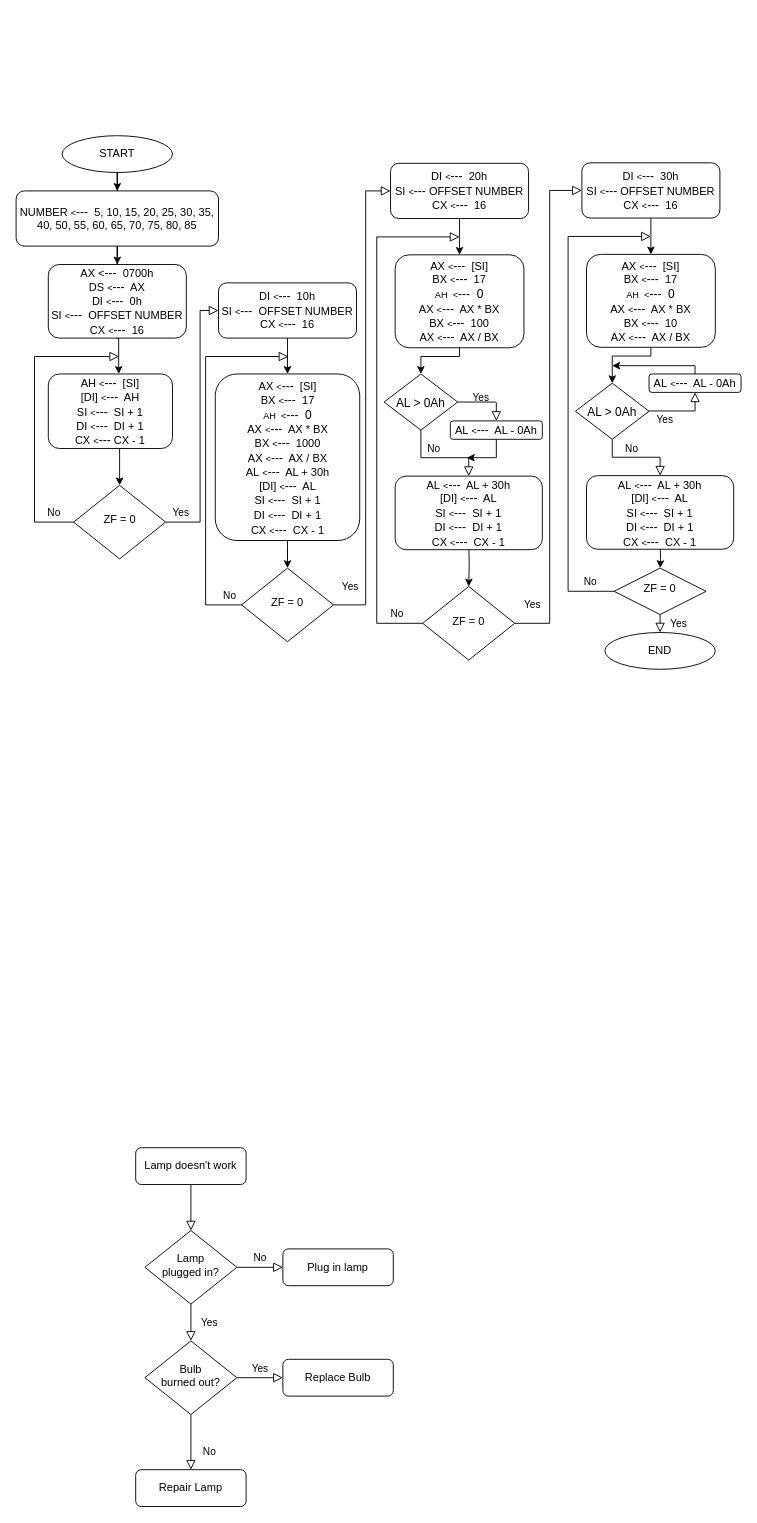
Before: micro_mt2_1.drawio in mmuurraatt/My-Projects-On-Github, a draw.io diagram. Source tidied: cells renumbered, new cells numbered last; positions are measured from the earlier drawing's top-left corner, leaving out a move shared by most shapes. Both pictures are drawn from the tidied source at 92%, with x=0, y=0 at pixel (16, 135).
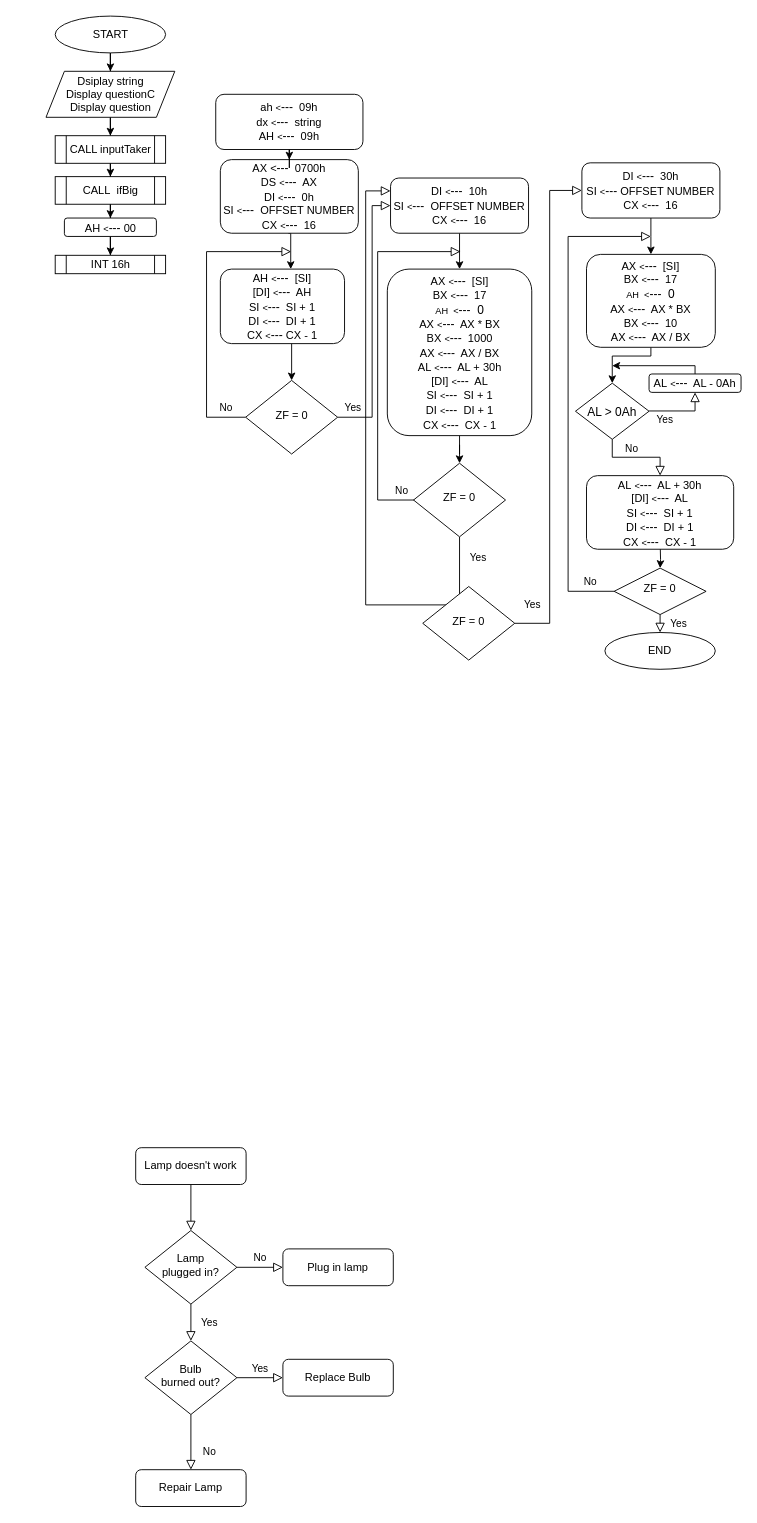
After the change.

Unchanged cells that the change refers to:
```xml
<mxCell id="37" value="ZF = 0" style="rhombus;whiteSpace=wrap;html=1;shadow=0;fontFamily=Helvetica;fontSize=12;align=center;strokeWidth=1;spacing=6;spacingTop=-4;" parent="1" vertex="1">
  <mxGeometry x="442" y="490" width="100" height="80" as="geometry" />
</mxCell>
```

Diff of the diagram source:
```diff
@@
     <mxCell id="13" style="edgeStyle=orthogonalEdgeStyle;rounded=0;orthogonalLoop=1;jettySize=auto;html=1;fontSize=12;" parent="1" edge="1">
       <mxGeometry relative="1" as="geometry">
-        <mxPoint x="109" y="220" as="sourcePoint" />
-        <mxPoint x="111.5" y="259" as="targetPoint" />
+        <mxPoint x="296" y="106" as="sourcePoint" />
+        <mxPoint x="298.5" y="145" as="targetPoint" />
       </mxGeometry>
     </mxCell>
     <mxCell id="14" value="AX &lt;font&gt;&lt;font style=&quot;font-size: 12px&quot;&gt;&amp;lt;&lt;/font&gt;&lt;span style=&quot;font-size: 13px&quot;&gt;---&lt;/span&gt;&lt;/font&gt;&amp;nbsp; 0700h&lt;br&gt;DS&amp;nbsp;&lt;font style=&quot;font-size: 10px&quot;&gt;&amp;lt;&lt;/font&gt;&lt;font style=&quot;font-size: 13px&quot;&gt;---&lt;/font&gt;&amp;nbsp; AX&lt;br&gt;DI&amp;nbsp;&lt;font style=&quot;font-size: 10px&quot;&gt;&amp;lt;&lt;/font&gt;&lt;font style=&quot;font-size: 13px&quot;&gt;---&lt;/font&gt;&amp;nbsp; 0h&lt;br&gt;SI&amp;nbsp;&lt;font style=&quot;font-size: 10px&quot;&gt;&amp;lt;&lt;/font&gt;&lt;font style=&quot;font-size: 13px&quot;&gt;---&lt;/font&gt;&amp;nbsp; OFFSET NUMBER&lt;br&gt;CX&amp;nbsp;&lt;font style=&quot;font-size: 10px&quot;&gt;&amp;lt;&lt;/font&gt;&lt;font style=&quot;font-size: 13px&quot;&gt;---&lt;/font&gt;&amp;nbsp; 16" style="rounded=1;whiteSpace=wrap;html=1;fontSize=12;glass=0;strokeWidth=1;shadow=0;" parent="1" vertex="1">
-      <mxGeometry x="35" y="140" width="150" height="80" as="geometry" />
+      <mxGeometry x="222" y="26" width="150" height="80" as="geometry" />
     </mxCell>
     <mxCell id="15" value="Yes" style="rounded=0;html=1;jettySize=auto;fontSize=11;endArrow=block;endFill=0;endSize=8;strokeWidth=1;shadow=0;labelBackgroundColor=none;edgeStyle=orthogonalEdgeStyle;entryX=0;entryY=0.5;entryDx=0;entryDy=0;" parent="1" edge="1" source="17" target="27">
       <mxGeometry x="-0.89" y="10" relative="1" as="geometry">
         <Array as="points">
-          <mxPoint x="200" y="420" />
-          <mxPoint x="200" y="190" />
+          <mxPoint x="387" y="306" />
+          <mxPoint x="387" y="76" />
         </Array>
       </mxGeometry>
     </mxCell>
     <mxCell id="16" value="No" style="edgeStyle=orthogonalEdgeStyle;rounded=0;html=1;jettySize=auto;fontSize=11;endArrow=block;endFill=0;endSize=8;strokeWidth=1;shadow=0;labelBackgroundColor=none;exitX=0;exitY=0.5;exitDx=0;exitDy=0;" parent="1" edge="1" source="17">
       <mxGeometry x="-0.86" y="-10" relative="1" as="geometry">
-        <mxPoint x="112" y="240" as="targetPoint" />
+        <mxPoint x="299" y="126" as="targetPoint" />
         <Array as="points">
-          <mxPoint x="20" y="420" />
-          <mxPoint x="20" y="240" />
+          <mxPoint x="207" y="306" />
+          <mxPoint x="207" y="126" />
         </Array>
       </mxGeometry>
     </mxCell>
     <mxCell id="17" value="ZF = 0" style="rhombus;whiteSpace=wrap;html=1;shadow=0;fontFamily=Helvetica;fontSize=12;align=center;strokeWidth=1;spacing=6;spacingTop=-4;" parent="1" vertex="1">
-      <mxGeometry x="62.5" y="380" width="100" height="80" as="geometry" />
+      <mxGeometry x="249.5" y="266" width="100" height="80" as="geometry" />
     </mxCell>
-    <mxCell id="18" style="edgeStyle=orthogonalEdgeStyle;rounded=0;jettySize=auto;html=1;entryX=0.5;entryY=0;entryDx=0;entryDy=0;" parent="1" edge="1" source="19" target="22">
-      <mxGeometry relative="1" as="geometry" />
-    </mxCell>
+    <mxCell id="64" style="edgeStyle=orthogonalEdgeStyle;rounded=0;jettySize=auto;html=1;" parent="1" edge="1" source="19" target="66">
+      <mxGeometry relative="1" as="geometry" />
+    </mxCell>
     <mxCell id="19" value="START" style="ellipse;whiteSpace=wrap;html=1;" parent="1" vertex="1">
-      <mxGeometry x="50" width="120" height="40" as="geometry" />
+      <mxGeometry x="42.5" y="-130" width="120" height="40" as="geometry" />
     </mxCell>
@@
-    <mxCell id="22" value="NUMBER&amp;nbsp;&lt;font style=&quot;font-size: 10px&quot;&gt;&amp;lt;&lt;/font&gt;&lt;font style=&quot;font-size: 13px&quot;&gt;---&lt;/font&gt;&amp;nbsp; 5, 10, 15, 20, 25, 30, 35, 40, 50, 55, 60, 65, 70, 75, 80, 85" style="rounded=1;whiteSpace=wrap;html=1;fontSize=12;glass=0;strokeWidth=1;shadow=0;" parent="1" vertex="1">
-      <mxGeometry y="60" width="220" height="60" as="geometry" />
+    <mxCell id="22" value="&lt;span&gt;ah&amp;nbsp;&lt;/span&gt;&lt;font style=&quot;font-size: 10px&quot;&gt;&amp;lt;&lt;/font&gt;&lt;font style=&quot;font-size: 13px&quot;&gt;---&lt;/font&gt;&lt;span&gt;&amp;nbsp; 09h&lt;/span&gt;&lt;br&gt;&lt;span&gt;dx&amp;nbsp;&lt;/span&gt;&lt;font style=&quot;font-size: 10px&quot;&gt;&amp;lt;&lt;/font&gt;&lt;font style=&quot;font-size: 13px&quot;&gt;---&lt;/font&gt;&lt;span&gt;&amp;nbsp; string&lt;/span&gt;&lt;br&gt;&lt;span&gt;AH&amp;nbsp;&lt;/span&gt;&lt;font style=&quot;font-size: 10px&quot;&gt;&amp;lt;&lt;/font&gt;&lt;font style=&quot;font-size: 13px&quot;&gt;---&lt;/font&gt;&lt;span&gt;&amp;nbsp; 09h&lt;/span&gt;" style="rounded=1;whiteSpace=wrap;html=1;fontSize=12;glass=0;strokeWidth=1;shadow=0;" parent="1" vertex="1">
+      <mxGeometry x="217" y="-45" width="160" height="60" as="geometry" />
     </mxCell>
     <mxCell id="23" style="edgeStyle=orthogonalEdgeStyle;rounded=0;jettySize=auto;html=1;fontSize=12;" parent="1" edge="1" source="24">
       <mxGeometry relative="1" as="geometry">
-        <mxPoint x="112.5" y="380" as="targetPoint" />
+        <mxPoint x="299.5" y="266" as="targetPoint" />
         <Array as="points">
-          <mxPoint x="110" y="340" />
-          <mxPoint x="110" y="340" />
+          <mxPoint x="297" y="226" />
+          <mxPoint x="297" y="226" />
         </Array>
       </mxGeometry>
     </mxCell>
     <mxCell id="24" value="AH&amp;nbsp;&lt;font style=&quot;font-size: 10px&quot;&gt;&amp;lt;&lt;/font&gt;&lt;font style=&quot;font-size: 13px&quot;&gt;---&lt;/font&gt;&amp;nbsp; [SI]&lt;br&gt;[DI]&amp;nbsp;&lt;font style=&quot;font-size: 10px&quot;&gt;&amp;lt;&lt;/font&gt;&lt;font style=&quot;font-size: 13px&quot;&gt;---&lt;/font&gt;&amp;nbsp; AH&lt;br&gt;SI&amp;nbsp;&lt;font style=&quot;font-size: 10px&quot;&gt;&amp;lt;&lt;/font&gt;&lt;font style=&quot;font-size: 13px&quot;&gt;---&lt;/font&gt;&amp;nbsp; SI + 1&lt;br&gt;DI&amp;nbsp;&lt;font style=&quot;font-size: 10px&quot;&gt;&amp;lt;&lt;/font&gt;&lt;font style=&quot;font-size: 13px&quot;&gt;---&lt;/font&gt;&amp;nbsp; DI + 1&lt;br&gt;CX&amp;nbsp;&lt;font style=&quot;font-size: 10px&quot;&gt;&amp;lt;&lt;/font&gt;&lt;font style=&quot;font-size: 13px&quot;&gt;---&lt;/font&gt;&amp;nbsp;CX - 1" style="rounded=1;whiteSpace=wrap;html=1;fontSize=12;glass=0;strokeWidth=1;shadow=0;" parent="1" vertex="1">
-      <mxGeometry x="35" y="259" width="135" height="81" as="geometry" />
+      <mxGeometry x="222" y="145" width="135" height="81" as="geometry" />
     </mxCell>
@@
     <mxCell id="27" value="DI&amp;nbsp;&lt;font style=&quot;font-size: 10px&quot;&gt;&amp;lt;&lt;/font&gt;&lt;font style=&quot;font-size: 13px&quot;&gt;---&lt;/font&gt;&amp;nbsp; 10h&lt;br&gt;SI&amp;nbsp;&lt;font style=&quot;font-size: 10px&quot;&gt;&amp;lt;&lt;/font&gt;&lt;font style=&quot;font-size: 13px&quot;&gt;---&lt;/font&gt;&amp;nbsp; OFFSET NUMBER&lt;br&gt;CX&amp;nbsp;&lt;font style=&quot;font-size: 10px&quot;&gt;&amp;lt;&lt;/font&gt;&lt;font style=&quot;font-size: 13px&quot;&gt;---&lt;/font&gt;&amp;nbsp; 16" style="rounded=1;whiteSpace=wrap;html=1;fontSize=12;glass=0;strokeWidth=1;shadow=0;" parent="1" vertex="1">
-      <mxGeometry x="220" y="160" width="150" height="60" as="geometry" />
+      <mxGeometry x="407" y="46" width="150" height="60" as="geometry" />
     </mxCell>
-    <mxCell id="28" value="Yes" style="rounded=0;html=1;jettySize=auto;fontSize=11;endArrow=block;endFill=0;endSize=8;strokeWidth=1;shadow=0;labelBackgroundColor=none;edgeStyle=orthogonalEdgeStyle;entryX=0;entryY=0.5;entryDx=0;entryDy=0;" parent="1" edge="1" source="30" target="35">
+    <mxCell id="28" value="Yes" style="rounded=0;html=1;jettySize=auto;fontSize=11;endArrow=block;endFill=0;endSize=8;strokeWidth=1;shadow=0;labelBackgroundColor=none;edgeStyle=orthogonalEdgeStyle;entryX=0;entryY=0.5;entryDx=0;entryDy=0;" parent="1" edge="1" source="30">
       <mxGeometry x="-0.93" y="20" relative="1" as="geometry">
+        <mxPoint x="407" y="60" as="targetPoint" />
         <Array as="points">
           <mxPoint x="380" y="510" />
           <mxPoint x="380" y="60" />
         </Array>
       </mxGeometry>
     </mxCell>
     <mxCell id="29" value="No" style="edgeStyle=orthogonalEdgeStyle;rounded=0;html=1;jettySize=auto;orthogonalLoop=1;fontSize=11;endArrow=block;endFill=0;endSize=8;strokeWidth=1;shadow=0;labelBackgroundColor=none;exitX=0;exitY=0.5;exitDx=0;exitDy=0;" parent="1" edge="1">
       <mxGeometry x="-0.9" y="-10" relative="1" as="geometry">
-        <mxPoint x="251.5" y="510" as="sourcePoint" />
-        <mxPoint x="296" y="240" as="targetPoint" />
+        <mxPoint x="438.5" y="396" as="sourcePoint" />
+        <mxPoint x="483" y="126" as="targetPoint" />
         <Array as="points">
-          <mxPoint x="206" y="510" />
-          <mxPoint x="206" y="240" />
+          <mxPoint x="393" y="396" />
+          <mxPoint x="393" y="126" />
         </Array>
       </mxGeometry>
     </mxCell>
     <mxCell id="30" value="ZF = 0" style="rhombus;whiteSpace=wrap;html=1;shadow=0;fontFamily=Helvetica;fontSize=12;align=center;strokeWidth=1;spacing=6;spacingTop=-4;" parent="1" vertex="1">
-      <mxGeometry x="245" y="470" width="100" height="80" as="geometry" />
+      <mxGeometry x="432" y="356" width="100" height="80" as="geometry" />
     </mxCell>
@@
     <mxCell id="33" value="AX&amp;nbsp;&lt;font style=&quot;font-size: 10px&quot;&gt;&amp;lt;&lt;/font&gt;&lt;font style=&quot;font-size: 13px&quot;&gt;---&lt;/font&gt;&amp;nbsp; [SI]&lt;br&gt;BX&amp;nbsp;&lt;font style=&quot;font-size: 10px&quot;&gt;&amp;lt;&lt;/font&gt;&lt;font style=&quot;font-size: 13px&quot;&gt;---&lt;/font&gt;&amp;nbsp; 17&lt;br&gt;&lt;font style=&quot;font-size: 10px&quot;&gt;AH&amp;nbsp; &amp;lt;&lt;/font&gt;&lt;font style=&quot;font-size: 13px&quot;&gt;---&amp;nbsp; 0&lt;/font&gt;&lt;br&gt;AX&amp;nbsp;&lt;font style=&quot;font-size: 10px&quot;&gt;&amp;lt;&lt;/font&gt;&lt;font style=&quot;font-size: 13px&quot;&gt;---&lt;/font&gt;&amp;nbsp; AX * BX&lt;br&gt;BX&amp;nbsp;&lt;font style=&quot;font-size: 10px&quot;&gt;&amp;lt;&lt;/font&gt;&lt;font style=&quot;font-size: 13px&quot;&gt;---&lt;/font&gt;&amp;nbsp; 1000&lt;br&gt;AX&amp;nbsp;&lt;font style=&quot;font-size: 10px&quot;&gt;&amp;lt;&lt;/font&gt;&lt;font style=&quot;font-size: 13px&quot;&gt;---&lt;/font&gt;&amp;nbsp; AX / BX&lt;br&gt;AL&amp;nbsp;&lt;font style=&quot;font-size: 10px&quot;&gt;&amp;lt;&lt;/font&gt;&lt;font style=&quot;font-size: 13px&quot;&gt;---&lt;/font&gt;&amp;nbsp; AL + 30h&lt;br&gt;[DI]&amp;nbsp;&lt;font style=&quot;font-size: 10px&quot;&gt;&amp;lt;&lt;/font&gt;&lt;font style=&quot;font-size: 13px&quot;&gt;---&lt;/font&gt;&amp;nbsp; AL&lt;br&gt;SI&amp;nbsp;&lt;font style=&quot;font-size: 10px&quot;&gt;&amp;lt;&lt;/font&gt;&lt;font style=&quot;font-size: 13px&quot;&gt;---&lt;/font&gt;&amp;nbsp; SI + 1&lt;br&gt;DI&amp;nbsp;&lt;font style=&quot;font-size: 10px&quot;&gt;&amp;lt;&lt;/font&gt;&lt;font style=&quot;font-size: 13px&quot;&gt;---&lt;/font&gt;&amp;nbsp; DI + 1&lt;br&gt;CX&amp;nbsp;&lt;font style=&quot;font-size: 10px&quot;&gt;&amp;lt;&lt;/font&gt;&lt;font style=&quot;font-size: 13px&quot;&gt;---&lt;/font&gt;&amp;nbsp; CX - 1" style="rounded=1;whiteSpace=wrap;html=1;fontSize=12;glass=0;strokeWidth=1;shadow=0;" parent="1" vertex="1">
-      <mxGeometry x="216.5" y="259" width="157" height="181" as="geometry" />
+      <mxGeometry x="403.5" y="145" width="157" height="181" as="geometry" />
     </mxCell>
-    <mxCell id="34" style="edgeStyle=orthogonalEdgeStyle;rounded=0;jettySize=auto;html=1;fontSize=13;" parent="1" edge="1" source="35" target="41">
-      <mxGeometry relative="1" as="geometry" />
-    </mxCell>
-    <mxCell id="35" value="DI&amp;nbsp;&lt;font style=&quot;font-size: 10px&quot;&gt;&amp;lt;&lt;/font&gt;&lt;font style=&quot;font-size: 13px&quot;&gt;---&lt;/font&gt;&amp;nbsp; 20h&lt;br&gt;SI&amp;nbsp;&lt;font style=&quot;font-size: 10px&quot;&gt;&amp;lt;&lt;/font&gt;&lt;font style=&quot;font-size: 13px&quot;&gt;---&lt;/font&gt;&amp;nbsp;OFFSET NUMBER&lt;br&gt;CX&amp;nbsp;&lt;font style=&quot;font-size: 10px&quot;&gt;&amp;lt;&lt;/font&gt;&lt;font style=&quot;font-size: 13px&quot;&gt;---&lt;/font&gt;&amp;nbsp; 16" style="rounded=1;whiteSpace=wrap;html=1;fontSize=12;glass=0;strokeWidth=1;shadow=0;" parent="1" vertex="1">
-      <mxGeometry x="407" y="30" width="150" height="60" as="geometry" />
-    </mxCell>
-    <mxCell id="36" value="No" style="edgeStyle=orthogonalEdgeStyle;rounded=0;html=1;jettySize=auto;fontSize=11;endArrow=block;endFill=0;endSize=8;strokeWidth=1;shadow=0;labelBackgroundColor=none;exitX=0;exitY=0.5;exitDx=0;exitDy=0;" parent="1" edge="1" source="37">
-      <mxGeometry x="-0.9" y="-10" relative="1" as="geometry">
-        <mxPoint x="482" y="110" as="targetPoint" />
-        <Array as="points">
-          <mxPoint x="392" y="530" />
-          <mxPoint x="392" y="110" />
-        </Array>
-      </mxGeometry>
-    </mxCell>
@@
-    <mxCell id="38" style="edgeStyle=orthogonalEdgeStyle;rounded=0;orthogonalLoop=1;jettySize=auto;html=1;exitX=0.5;exitY=1;exitDx=0;exitDy=0;fontSize=9;" parent="1" edge="1" source="35" target="35">
-      <mxGeometry relative="1" as="geometry" />
-    </mxCell>
-    <mxCell id="39" style="edgeStyle=orthogonalEdgeStyle;rounded=0;jettySize=auto;html=1;" parent="1" edge="1" target="37">
-      <mxGeometry relative="1" as="geometry">
-        <mxPoint x="492" y="440" as="sourcePoint" />
-      </mxGeometry>
-    </mxCell>
-    <mxCell id="40" style="edgeStyle=orthogonalEdgeStyle;rounded=0;jettySize=auto;html=1;fontSize=13;" parent="1" edge="1" source="41" target="42">
-      <mxGeometry relative="1" as="geometry">
-        <Array as="points">
-          <mxPoint x="482" y="240" />
-          <mxPoint x="440" y="240" />
-        </Array>
-      </mxGeometry>
-    </mxCell>
-    <mxCell id="41" value="AX&amp;nbsp;&lt;font style=&quot;font-size: 10px&quot;&gt;&amp;lt;&lt;/font&gt;&lt;font style=&quot;font-size: 13px&quot;&gt;---&lt;/font&gt;&amp;nbsp; [SI]&lt;br&gt;BX&amp;nbsp;&lt;font style=&quot;font-size: 10px&quot;&gt;&amp;lt;&lt;/font&gt;&lt;font style=&quot;font-size: 13px&quot;&gt;---&lt;/font&gt;&amp;nbsp; 17&lt;br&gt;&lt;font style=&quot;font-size: 10px&quot;&gt;AH&amp;nbsp; &amp;lt;&lt;/font&gt;&lt;font style=&quot;font-size: 13px&quot;&gt;---&amp;nbsp; 0&lt;/font&gt;&lt;br&gt;AX&amp;nbsp;&lt;font style=&quot;font-size: 10px&quot;&gt;&amp;lt;&lt;/font&gt;&lt;font style=&quot;font-size: 13px&quot;&gt;---&lt;/font&gt;&amp;nbsp; AX * BX&lt;br&gt;BX&amp;nbsp;&lt;font style=&quot;font-size: 10px&quot;&gt;&amp;lt;&lt;/font&gt;&lt;font style=&quot;font-size: 13px&quot;&gt;---&lt;/font&gt;&amp;nbsp; 100&lt;br&gt;AX&amp;nbsp;&lt;font style=&quot;font-size: 10px&quot;&gt;&amp;lt;&lt;/font&gt;&lt;font style=&quot;font-size: 13px&quot;&gt;---&lt;/font&gt;&amp;nbsp; AX / BX" style="rounded=1;whiteSpace=wrap;html=1;fontSize=12;glass=0;strokeWidth=1;shadow=0;" parent="1" vertex="1">
-      <mxGeometry x="412" y="129.5" width="140" height="101" as="geometry" />
-    </mxCell>
-    <mxCell id="42" value="AL &amp;gt; 0Ah" style="rhombus;whiteSpace=wrap;html=1;fontSize=13;" parent="1" vertex="1">
-      <mxGeometry x="400" y="259" width="80" height="61" as="geometry" />
-    </mxCell>
-    <mxCell id="43" value="&lt;span style=&quot;font-size: 12px&quot;&gt;AL&amp;nbsp;&lt;/span&gt;&lt;font style=&quot;font-size: 10px&quot;&gt;&amp;lt;&lt;/font&gt;&lt;font&gt;---&lt;/font&gt;&lt;span style=&quot;font-size: 12px&quot;&gt;&amp;nbsp; AL + 30h&lt;/span&gt;&lt;br style=&quot;font-size: 12px&quot;&gt;&lt;span style=&quot;font-size: 12px&quot;&gt;[DI]&amp;nbsp;&lt;/span&gt;&lt;font style=&quot;font-size: 10px&quot;&gt;&amp;lt;&lt;/font&gt;&lt;font&gt;---&lt;/font&gt;&lt;span style=&quot;font-size: 12px&quot;&gt;&amp;nbsp; AL&lt;/span&gt;&lt;br style=&quot;font-size: 12px&quot;&gt;&lt;span style=&quot;font-size: 12px&quot;&gt;SI&amp;nbsp;&lt;/span&gt;&lt;font style=&quot;font-size: 10px&quot;&gt;&amp;lt;&lt;/font&gt;&lt;font&gt;---&lt;/font&gt;&lt;span style=&quot;font-size: 12px&quot;&gt;&amp;nbsp; SI + 1&lt;/span&gt;&lt;br style=&quot;font-size: 12px&quot;&gt;&lt;span style=&quot;font-size: 12px&quot;&gt;DI&amp;nbsp;&lt;/span&gt;&lt;font style=&quot;font-size: 10px&quot;&gt;&amp;lt;&lt;/font&gt;&lt;font&gt;---&lt;/font&gt;&lt;span style=&quot;font-size: 12px&quot;&gt;&amp;nbsp; DI + 1&lt;/span&gt;&lt;br style=&quot;font-size: 12px&quot;&gt;&lt;span style=&quot;font-size: 12px&quot;&gt;CX&amp;nbsp;&lt;/span&gt;&lt;font style=&quot;font-size: 10px&quot;&gt;&amp;lt;&lt;/font&gt;&lt;font&gt;---&lt;/font&gt;&lt;span style=&quot;font-size: 12px&quot;&gt;&amp;nbsp; CX - 1&lt;/span&gt;" style="rounded=1;whiteSpace=wrap;html=1;fontSize=13;" parent="1" vertex="1">
-      <mxGeometry x="412" y="370" width="160" height="80" as="geometry" />
-    </mxCell>
-    <mxCell id="44" value="Yes" style="rounded=0;html=1;jettySize=auto;fontSize=11;endArrow=block;endFill=0;endSize=8;strokeWidth=1;shadow=0;labelBackgroundColor=none;edgeStyle=orthogonalEdgeStyle;exitX=1;exitY=0.5;exitDx=0;exitDy=0;entryX=0.5;entryY=0;entryDx=0;entryDy=0;" parent="1" edge="1" source="42" target="47">
-      <mxGeometry x="-0.2" y="5" relative="1" as="geometry">
-        <Array as="points">
-          <mxPoint x="521" y="289" />
-          <mxPoint x="522" y="290" />
-        </Array>
-      </mxGeometry>
-    </mxCell>
-    <mxCell id="45" value="No" style="edgeStyle=orthogonalEdgeStyle;rounded=0;html=1;jettySize=auto;fontSize=11;endArrow=block;endFill=0;endSize=8;strokeWidth=1;shadow=0;labelBackgroundColor=none;exitX=0.5;exitY=1;exitDx=0;exitDy=0;entryX=0.5;entryY=0;entryDx=0;entryDy=0;" parent="1" edge="1" source="42" target="43">
-      <mxGeometry x="-0.13" y="10" relative="1" as="geometry">
-        <Array as="points">
-          <mxPoint x="440" y="350" />
-          <mxPoint x="492" y="350" />
-        </Array>
-      </mxGeometry>
-    </mxCell>
-    <mxCell id="46" style="edgeStyle=orthogonalEdgeStyle;rounded=0;jettySize=auto;html=1;exitX=0.5;exitY=1;exitDx=0;exitDy=0;fontSize=13;" parent="1" edge="1" source="47">
-      <mxGeometry relative="1" as="geometry">
-        <mxPoint x="490" y="350" as="targetPoint" />
-        <Array as="points">
-          <mxPoint x="521" y="350" />
-          <mxPoint x="490" y="350" />
-        </Array>
-      </mxGeometry>
-    </mxCell>
-    <mxCell id="47" value="AL&amp;nbsp;&lt;font style=&quot;font-size: 10px&quot;&gt;&amp;lt;&lt;/font&gt;&lt;font style=&quot;font-size: 13px&quot;&gt;---&lt;/font&gt;&amp;nbsp; AL - 0Ah" style="rounded=1;whiteSpace=wrap;html=1;fontSize=12;glass=0;strokeWidth=1;shadow=0;" parent="1" vertex="1">
-      <mxGeometry x="472" y="310" width="100" height="20" as="geometry" />
-    </mxCell>
@@
+    <mxCell id="65" style="edgeStyle=orthogonalEdgeStyle;rounded=0;jettySize=auto;html=1;" parent="1" edge="1" source="66" target="68">
+      <mxGeometry relative="1" as="geometry" />
+    </mxCell>
+    <mxCell id="66" value="Dsiplay string&lt;br&gt;Display questionC&lt;br&gt;Display question" style="shape=parallelogram;perimeter=parallelogramPerimeter;whiteSpace=wrap;html=1;fixedSize=1;" parent="1" vertex="1">
+      <mxGeometry x="32.5" y="-70" width="140" height="50" as="geometry" />
+    </mxCell>
+    <mxCell id="67" style="edgeStyle=orthogonalEdgeStyle;rounded=0;jettySize=auto;html=1;" parent="1" edge="1" source="68" target="70">
+      <mxGeometry relative="1" as="geometry" />
+    </mxCell>
+    <mxCell id="68" value="CALL inputTaker" style="shape=process;whiteSpace=wrap;html=1;backgroundOutline=1;" parent="1" vertex="1">
+      <mxGeometry x="42.5" width="120" height="30" as="geometry" />
+    </mxCell>
+    <mxCell id="69" style="edgeStyle=orthogonalEdgeStyle;rounded=0;jettySize=auto;html=1;" parent="1" edge="1" source="70" target="72">
+      <mxGeometry relative="1" as="geometry" />
+    </mxCell>
+    <mxCell id="70" value="CALL&amp;nbsp; ifBig" style="shape=process;whiteSpace=wrap;html=1;backgroundOutline=1;" parent="1" vertex="1">
+      <mxGeometry x="42.5" y="44.5" width="120" height="30" as="geometry" />
+    </mxCell>
+    <mxCell id="71" style="edgeStyle=orthogonalEdgeStyle;rounded=0;jettySize=auto;html=1;" parent="1" edge="1" source="72" target="73">
+      <mxGeometry relative="1" as="geometry" />
+    </mxCell>
+    <mxCell id="72" value="AH&amp;nbsp;&lt;font style=&quot;font-size: 10px&quot;&gt;&amp;lt;&lt;/font&gt;&lt;font style=&quot;font-size: 13px&quot;&gt;---&lt;/font&gt;&amp;nbsp;00" style="rounded=1;whiteSpace=wrap;html=1;fontSize=12;glass=0;strokeWidth=1;shadow=0;" parent="1" vertex="1">
+      <mxGeometry x="52.5" y="89.5" width="100" height="20" as="geometry" />
+    </mxCell>
+    <mxCell id="73" value="INT 16h" style="shape=process;whiteSpace=wrap;html=1;backgroundOutline=1;" parent="1" vertex="1">
+      <mxGeometry x="42.5" y="130" width="120" height="20" as="geometry" />
+    </mxCell>
```
